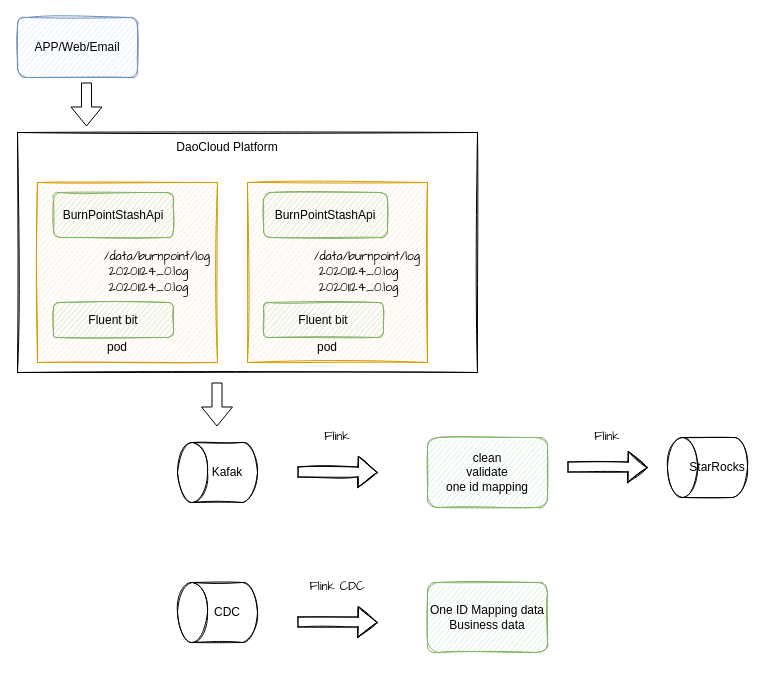
Earlier version of the draw.io diagram techlab/cdp.drawio (qiufang1314/drawio). Source tidied: cells renumbered, new cells numbered last; positions are measured from the earlier drawing's top-left corner, leaving out a move shared by most shapes. Both pictures are drawn from the tidied source at 100%, with x=0, y=0 at pixel (17, 17).
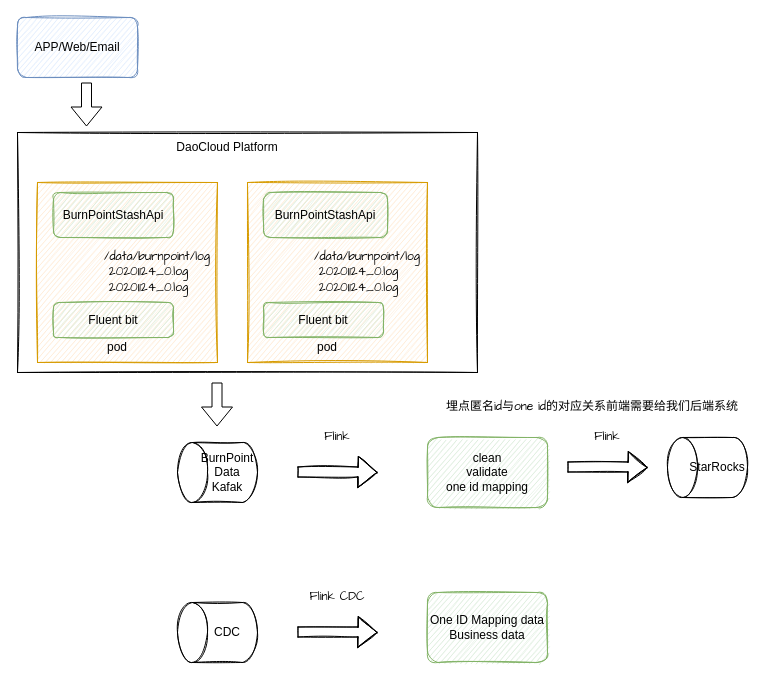
Above is the later version.

Diff of the diagram source:
```diff
@@
-    <mxCell id="10" value="Kafak" style="text;html=1;strokeColor=none;fillColor=none;align=center;verticalAlign=middle;whiteSpace=wrap;rounded=0;sketch=1;" parent="1" vertex="1">
+    <mxCell id="10" value="BurnPoint Data&lt;br&gt;Kafak" style="text;html=1;strokeColor=none;fillColor=none;align=center;verticalAlign=middle;whiteSpace=wrap;rounded=0;sketch=1;" parent="1" vertex="1">
       <mxGeometry x="180" y="440" width="60" height="30" as="geometry" />
     </mxCell>
@@
     <mxCell id="24" style="shape=cylinder3;whiteSpace=wrap;html=1;boundedLbl=1;backgroundOutline=1;size=15;rounded=0;sketch=1;rotation=-90;" parent="1" vertex="1">
-      <mxGeometry x="170" y="555" width="60" height="80" as="geometry" />
+      <mxGeometry x="170" y="575" width="60" height="80" as="geometry" />
     </mxCell>
     <mxCell id="25" value="CDC" style="text;html=1;strokeColor=none;fillColor=none;align=center;verticalAlign=middle;whiteSpace=wrap;rounded=0;sketch=1;" parent="1" vertex="1">
-      <mxGeometry x="180" y="580" width="60" height="30" as="geometry" />
+      <mxGeometry x="180" y="600" width="60" height="30" as="geometry" />
     </mxCell>
@@
     <mxCell id="28" style="shape=flexArrow;endArrow=classic;html=1;rounded=0;fontFamily=Comic Sans MS;sketch=1;" parent="1" edge="1">
       <mxGeometry relative="1" as="geometry">
-        <mxPoint x="280" y="604.5" as="sourcePoint" />
-        <mxPoint x="360" y="605" as="targetPoint" />
+        <mxPoint x="280" y="614.5" as="sourcePoint" />
+        <mxPoint x="360" y="615" as="targetPoint" />
         <Array as="points">
-          <mxPoint x="340" y="604.5" />
+          <mxPoint x="340" y="614.5" />
         </Array>
       </mxGeometry>
     </mxCell>
     <mxCell id="29" value="Flink CDC" style="text;html=1;strokeColor=none;fillColor=none;align=center;verticalAlign=middle;whiteSpace=wrap;rounded=0;sketch=1;fontFamily=Comic Sans MS;" parent="1" vertex="1">
-      <mxGeometry x="290" y="555" width="60" height="30" as="geometry" />
+      <mxGeometry x="290" y="565" width="60" height="30" as="geometry" />
     </mxCell>
     <mxCell id="30" value="One ID Mapping data&lt;br&gt;Business data" style="rounded=1;whiteSpace=wrap;html=1;sketch=1;fillColor=#d5e8d4;strokeColor=#82b366;" parent="1" vertex="1">
-      <mxGeometry x="410" y="565" width="120" height="70" as="geometry" />
+      <mxGeometry x="410" y="575" width="120" height="70" as="geometry" />
     </mxCell>
+    <mxCell id="31" value="埋点匿名id与one id的对应关系前端需要给我们后端系统" style="text;html=1;strokeColor=none;fillColor=none;align=center;verticalAlign=middle;whiteSpace=wrap;rounded=0;sketch=1;fontFamily=Comic Sans MS;" parent="1" vertex="1">
+      <mxGeometry x="410" y="380" width="330" height="20" as="geometry" />
+    </mxCell>
```
